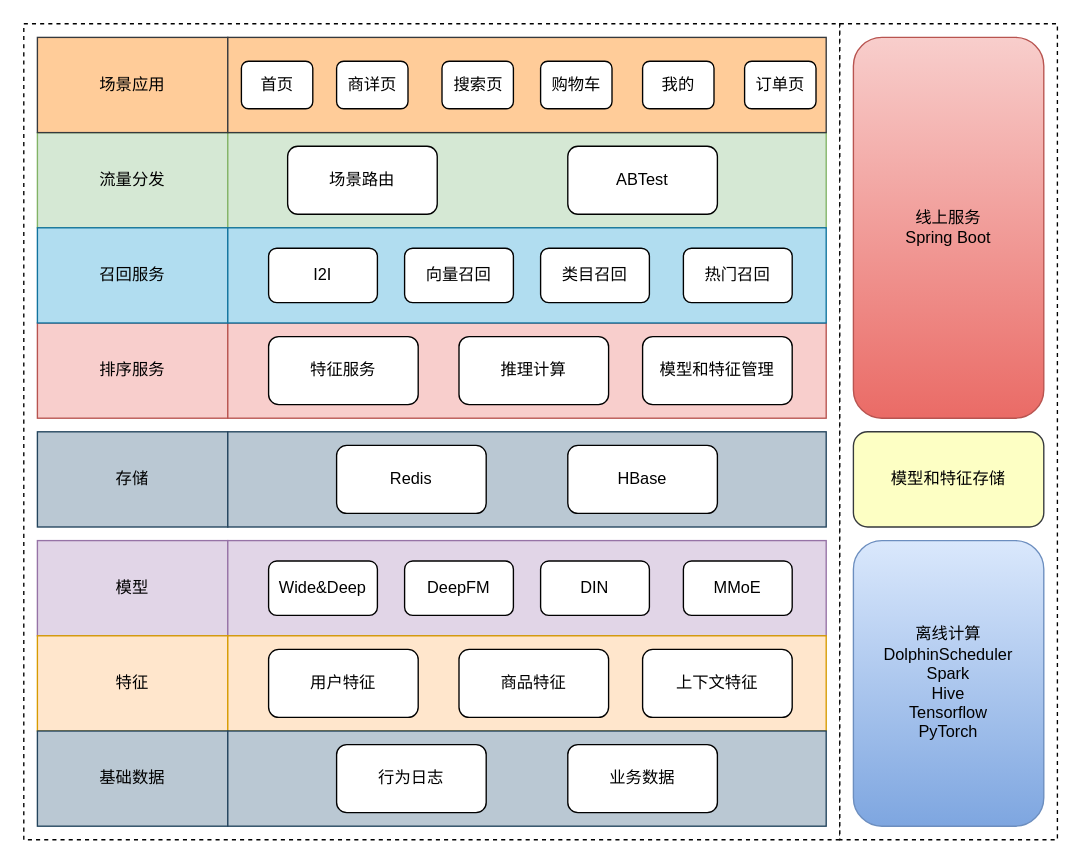
Above: engineering/架构设计/三幅推荐系统架构设计.drawio in Wanke15/wanke15.github.io (draw.io), before the change. Source tidied: cells renumbered, new cells numbered last; positions are measured from the earlier drawing's top-left corner, leaving out a move shared by most shapes. Both pictures are drawn from the tidied source at 136%, with x=0, y=0 at pixel (23, 23).
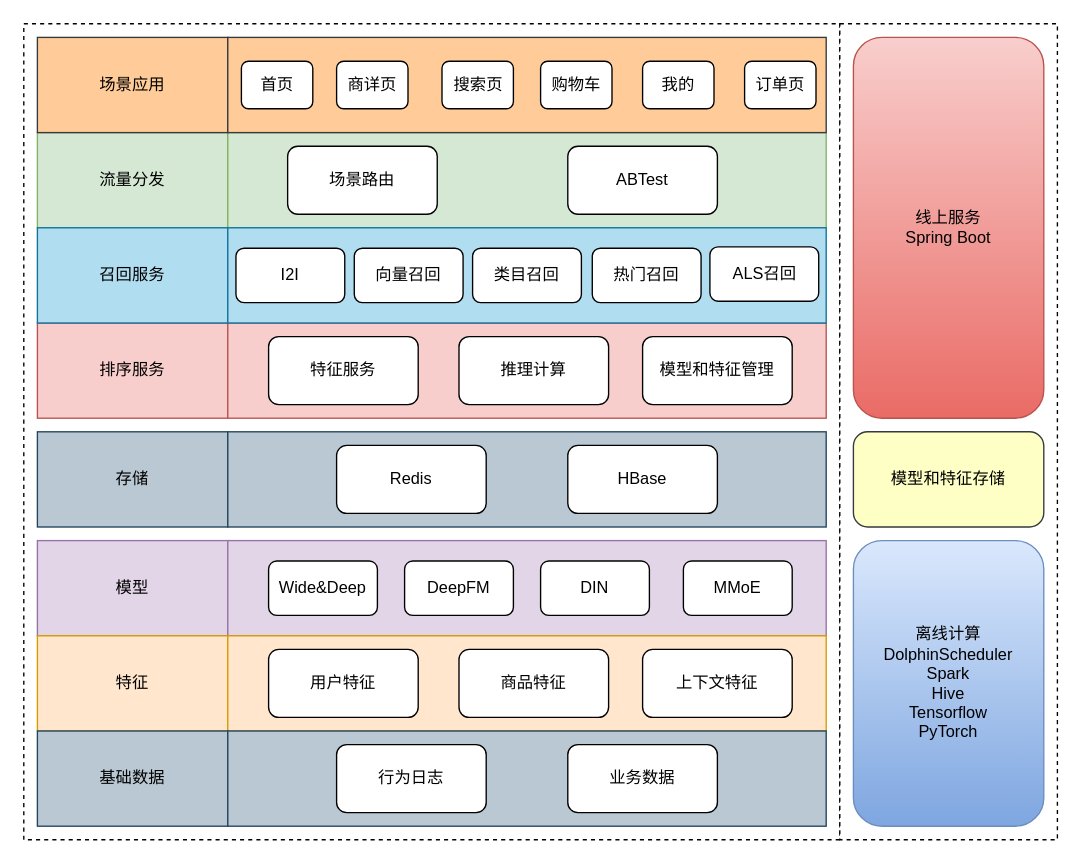
Above is the later version.

Change to the diagram source:
```diff
@@
     <mxCell id="13" value="I2I" style="rounded=1;whiteSpace=wrap;html=1;" parent="1" vertex="1">
-      <mxGeometry x="180" y="165" width="80" height="40" as="geometry" />
+      <mxGeometry x="156" y="165" width="80" height="40" as="geometry" />
     </mxCell>
     <mxCell id="14" value="向量召回" style="rounded=1;whiteSpace=wrap;html=1;" parent="1" vertex="1">
-      <mxGeometry x="280" y="165" width="80" height="40" as="geometry" />
+      <mxGeometry x="243" y="165" width="80" height="40" as="geometry" />
     </mxCell>
     <mxCell id="15" value="类目召回" style="rounded=1;whiteSpace=wrap;html=1;" parent="1" vertex="1">
-      <mxGeometry x="380" y="165" width="80" height="40" as="geometry" />
+      <mxGeometry x="330" y="165" width="80" height="40" as="geometry" />
     </mxCell>
     <mxCell id="16" value="热门召回" style="rounded=1;whiteSpace=wrap;html=1;" parent="1" vertex="1">
-      <mxGeometry x="485" y="165" width="80" height="40" as="geometry" />
+      <mxGeometry x="418" y="165" width="80" height="40" as="geometry" />
     </mxCell>
@@
+    <mxCell id="49" value="ALS召回" style="rounded=1;whiteSpace=wrap;html=1;" parent="1" vertex="1">
+      <mxGeometry x="504.5" y="164" width="80" height="40" as="geometry" />
+    </mxCell>
```
